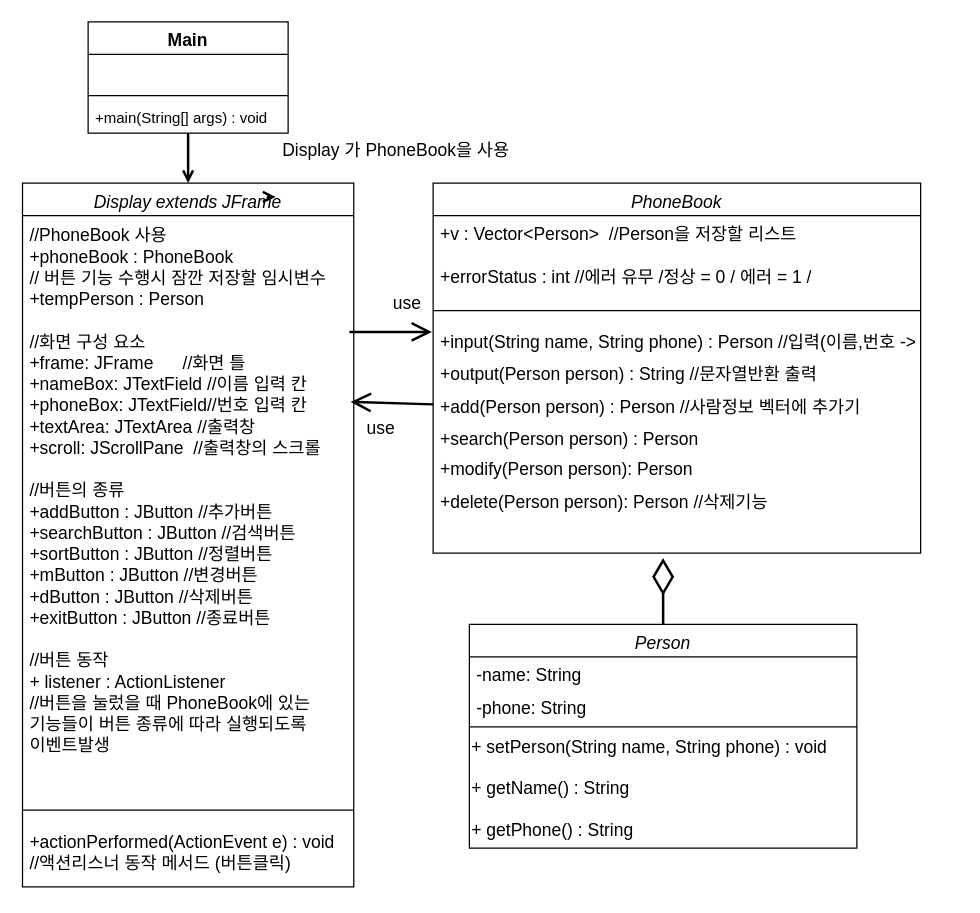
Above: 순서도/전화번호부 클래스다이어그램_java.drawio in skatld123/PH_list_java (draw.io), before the change. Source tidied: cells renumbered, new cells numbered last; positions are measured from the earlier drawing's top-left corner, leaving out a move shared by most shapes. Both pictures are drawn from the tidied source at 125%, with x=0, y=0 at pixel (21, 21).
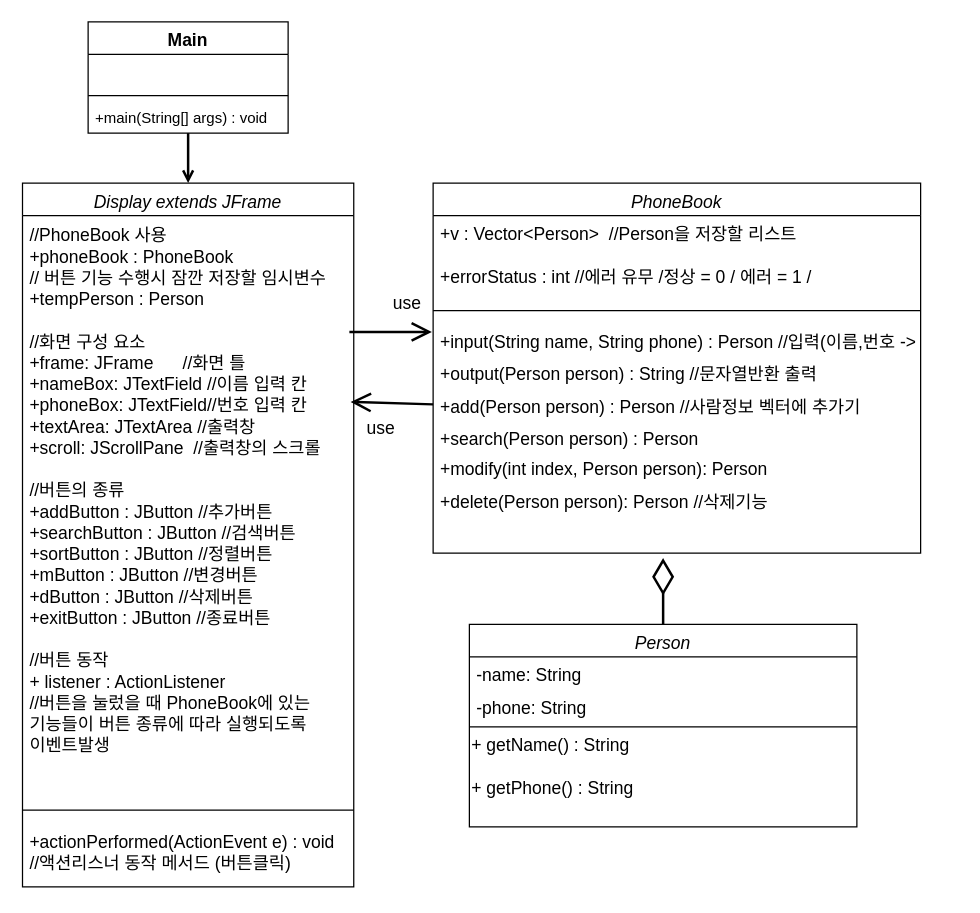
The same diagram, later.

Commit message:
전화번호부 클래스다이어그램_java.drawio 업데이트

Unchanged cells that the change refers to:
```xml
<mxCell id="2" value="PhoneBook" style="swimlane;fontStyle=2;align=center;verticalAlign=top;horizontal=1;startSize=26;rounded=0;shadow=0;strokeWidth=1;fontSize=14;" parent="1" vertex="1">
  <mxGeometry x="329" y="129" width="390" height="296" as="geometry" />
</mxCell>
```

Change to the diagram source:
```diff
@@
-    <mxCell id="9" value="+modify(Person person): Person " style="text;strokeColor=none;fillColor=none;align=left;verticalAlign=top;spacingLeft=4;spacingRight=4;overflow=hidden;fontSize=14;" parent="2" vertex="1">
+    <mxCell id="9" value="+modify(int index, Person person): Person " style="text;strokeColor=none;fillColor=none;align=left;verticalAlign=top;spacingLeft=4;spacingRight=4;overflow=hidden;fontSize=14;" parent="2" vertex="1">
       <mxGeometry y="214" width="390" height="26" as="geometry" />
     </mxCell>
@@
     <mxCell id="11" value="Person" style="swimlane;fontStyle=2;align=center;verticalAlign=top;horizontal=1;startSize=26;rounded=0;shadow=0;strokeWidth=1;fontSize=14;" parent="1" vertex="1">
-      <mxGeometry x="358" y="482" width="310" height="179" as="geometry" />
+      <mxGeometry x="358" y="482" width="310" height="162" as="geometry" />
     </mxCell>
@@
-    <mxCell id="15" value="+ setPerson(String name, String phone) : void&lt;br style=&quot;font-size: 14px&quot;&gt;&lt;br style=&quot;font-size: 14px&quot;&gt;+ getName() : String&lt;br style=&quot;font-size: 14px&quot;&gt;&lt;br style=&quot;font-size: 14px&quot;&gt;+ getPhone() : String" style="text;html=1;align=left;verticalAlign=middle;fontSize=14;" parent="11" vertex="1">
-      <mxGeometry y="86" width="310" height="89" as="geometry" />
+    <mxCell id="15" value="+ getName() : String&lt;br style=&quot;font-size: 14px&quot;&gt;&lt;br style=&quot;font-size: 14px&quot;&gt;+ getPhone() : String" style="text;html=1;align=left;verticalAlign=middle;fontSize=14;" parent="11" vertex="1">
+      <mxGeometry y="86" width="310" height="55" as="geometry" />
     </mxCell>
@@
-    <mxCell id="26" value="Display 가 PhoneBook을 사용" style="text;html=1;strokeColor=none;fillColor=none;align=center;verticalAlign=middle;whiteSpace=wrap;rounded=0;fontSize=14;" parent="1" vertex="1">
-      <mxGeometry x="196" y="65" width="207" height="75" as="geometry" />
-    </mxCell>
@@
-    <mxCell id="29" style="edgeStyle=orthogonalEdgeStyle;rounded=0;orthogonalLoop=1;jettySize=auto;html=1;exitX=0;exitY=1;exitDx=0;exitDy=0;entryX=0.034;entryY=1.013;entryDx=0;entryDy=0;entryPerimeter=0;endArrow=open;endFill=0;strokeWidth=2;fontSize=14;" parent="1" edge="1" source="26" target="26">
-      <mxGeometry relative="1" as="geometry" />
-    </mxCell>
```
